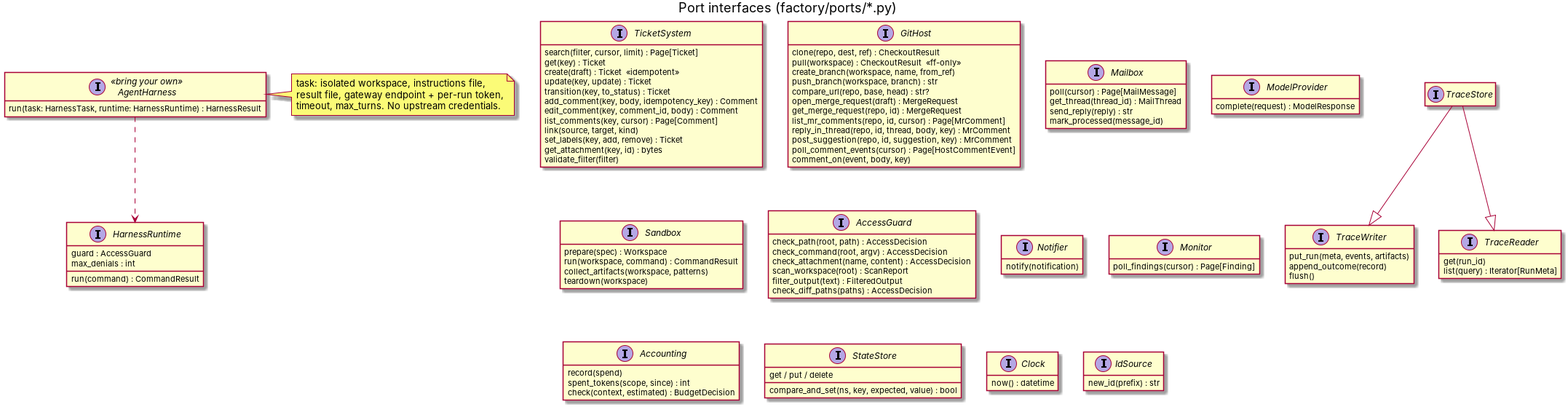
Before: design/img/ports.png, a diagram exported from PlantUML (asdodd/software-factory). Its source is kept beside it as design/ports.puml. The source it was exported from:
```plantuml
@startuml ports
title Port interfaces (factory/ports/*.py)
hide empty members
interface TicketSystem {
  search(filter, cursor, limit) : Page[Ticket]
  get(key) : Ticket
  create(draft) : Ticket  <<idempotent>>
  update(key, update) : Ticket
  transition(key, to_status) : Ticket
  add_comment(key, body, idempotency_key) : Comment
  edit_comment(key, comment_id, body) : Comment
  list_comments(key, cursor) : Page[Comment]
  link(source, target, kind)
  set_labels(key, add, remove) : Ticket
  get_attachment(key, id) : bytes
  validate_filter(filter)
}
interface GitHost {
  clone(repo, dest, ref) : CheckoutResult
  pull(workspace) : CheckoutResult  <<ff-only>>
  create_branch(workspace, name, from_ref)
  push_branch(workspace, branch) : str
  compare_url(repo, base, head) : str?
  open_merge_request(draft) : MergeRequest
  get_merge_request(repo, id) : MergeRequest
  list_mr_comments(repo, id, cursor) : Page[MrComment]
  reply_in_thread(repo, id, thread, body, key) : MrComment
  post_suggestion(repo, id, suggestion, key) : MrComment
  poll_comment_events(cursor) : Page[HostCommentEvent]
  comment_on(event, body, key)
}
interface Mailbox {
  poll(cursor) : Page[MailMessage]
  get_thread(thread_id) : MailThread
  send_reply(reply) : str
  mark_processed(message_id)
}
interface ModelProvider {
  complete(request) : ModelResponse
}
interface AgentHarness <<bring your own>> {
  run(task: HarnessTask, runtime: HarnessRuntime) : HarnessResult
}
note right of AgentHarness
  task: isolated workspace, instructions file,
  result file, gateway endpoint + per-run token,
  timeout, max_turns. No upstream credentials.
end note
interface HarnessRuntime {
  guard : AccessGuard
  max_denials : int
  run(command) : CommandResult
}
AgentHarness ..> HarnessRuntime
interface Sandbox {
  prepare(spec) : Workspace
  run(workspace, command) : CommandResult
  collect_artifacts(workspace, patterns)
  teardown(workspace)
}
interface AccessGuard {
  check_path(root, path) : AccessDecision
  check_command(root, argv) : AccessDecision
  check_attachment(name, content) : AccessDecision
  scan_workspace(root) : ScanReport
  filter_output(text) : FilteredOutput
  check_diff_paths(paths) : AccessDecision
}
interface Notifier {
  notify(notification)
}
interface Monitor {
  poll_findings(cursor) : Page[Finding]
}
interface TraceWriter {
  put_run(meta, events, artifacts)
  append_outcome(record)
  flush()
}
interface TraceReader {
  get(run_id)
  list(query) : Iterator[RunMeta]
}
interface TraceStore
TraceStore --|> TraceWriter
TraceStore --|> TraceReader
interface Accounting {
  record(spend)
  spent_tokens(scope, since) : int
  check(context, estimated) : BudgetDecision
}
interface StateStore {
  get / put / delete
  compare_and_set(ns, key, expected, value) : bool
}
interface Clock {
  now() : datetime
}
interface IdSource {
  new_id(prefix) : str
}
@enduml
```
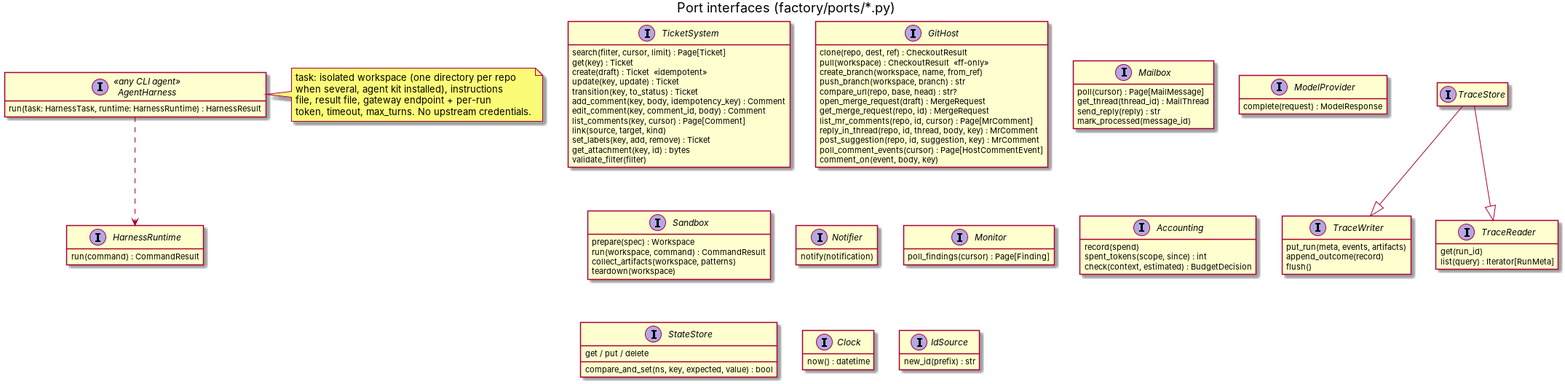
Above is the later version.

Change to the diagram source:
```diff
@@ -38,17 +38,16 @@
 interface ModelProvider {
   complete(request) : ModelResponse
 }
-interface AgentHarness <<bring your own>> {
+interface AgentHarness <<any CLI agent>> {
   run(task: HarnessTask, runtime: HarnessRuntime) : HarnessResult
 }
 note right of AgentHarness
-  task: isolated workspace, instructions file,
-  result file, gateway endpoint + per-run token,
-  timeout, max_turns. No upstream credentials.
+  task: isolated workspace (one directory per repo
+  when several, agent kit installed), instructions
+  file, result file, gateway endpoint + per-run
+  token, timeout, max_turns. No upstream credentials.
 end note
 interface HarnessRuntime {
-  guard : AccessGuard
-  max_denials : int
   run(command) : CommandResult
 }
 AgentHarness ..> HarnessRuntime
@@ -57,14 +56,6 @@
   run(workspace, command) : CommandResult
   collect_artifacts(workspace, patterns)
   teardown(workspace)
-}
-interface AccessGuard {
-  check_path(root, path) : AccessDecision
-  check_command(root, argv) : AccessDecision
-  check_attachment(name, content) : AccessDecision
-  scan_workspace(root) : ScanReport
-  filter_output(text) : FilteredOutput
-  check_diff_paths(paths) : AccessDecision
 }
 interface Notifier {
   notify(notification)
```
